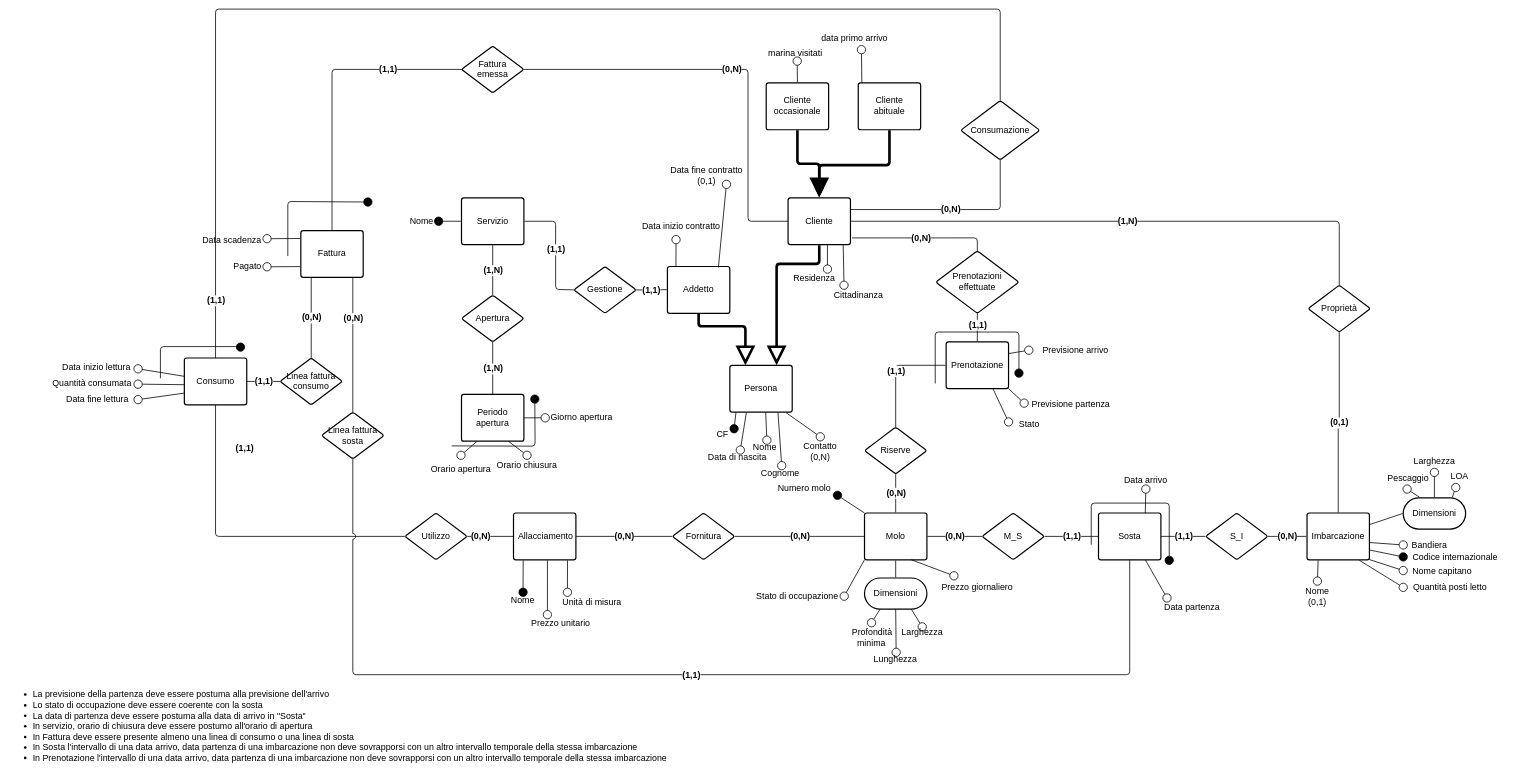
Above: page "Concettuale ridotto" (4 of 5) of src_relazione_tex/Er.drawio in alessandro-massarenti/Progetto-basi-di-dati-2022 (draw.io), before the change. Source tidied: cells renumbered, new cells numbered last; positions are measured from the earlier drawing's top-left corner, leaving out a move shared by most shapes. Both pictures are drawn from the tidied source at 52%, with x=0, y=0 at pixel (9, 9).
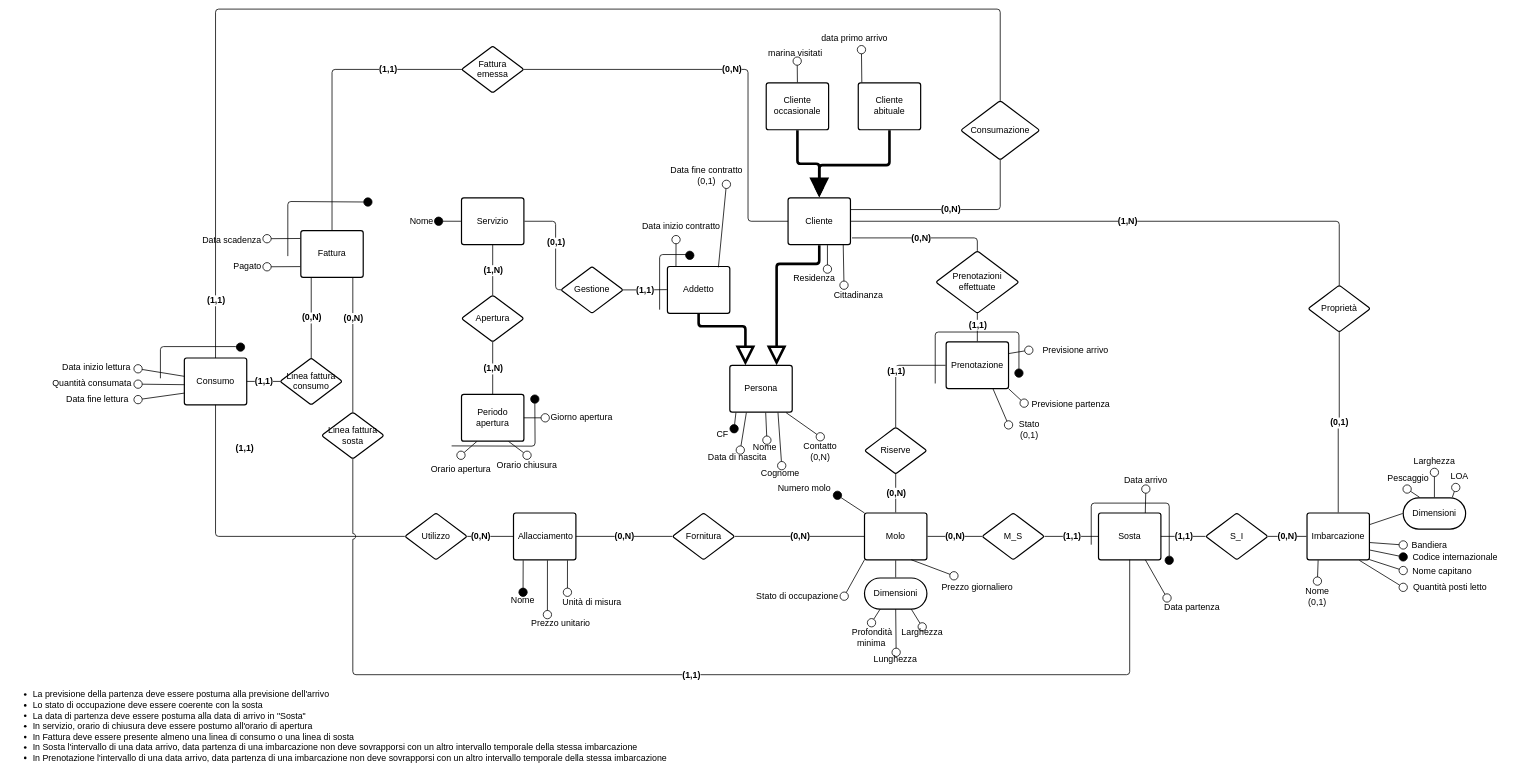
After the change.

Commit message:
Gestisce alcune questioni della issue #2

Unchanged cells that the change refers to:
```xml
<mxCell id="78" style="html=1;jettySize=18;whiteSpace=wrap;fontSize=17;strokeColor=#000000;strokeWidth=1.5;rounded=1;arcSize=12;edgeStyle=orthogonalEdgeStyle;startArrow=none;endArrow=none;exitX=1.009;exitY=0.5;exitPerimeter=0;entryX=0.009;entryY=0.5;entryPerimeter=0;" parent="1" edge="1" source="36" target="77">
  <mxGeometry relative="1" as="geometry">
    <Array as="points">
      <mxPoint x="1051" y="408" />
      <mxPoint x="1051" y="539" />
    </Array>
  </mxGeometry>
</mxCell>
```

Change to the diagram source:
```diff
@@
     <mxCell id="77" value="Gestione" style="html=1;overflow=block;blockSpacing=1;whiteSpace=wrap;rhombus;fontSize=17;fontColor=#000000;spacing=3.8;strokeColor=#000000;strokeOpacity=100;rounded=1;absoluteArcSize=1;arcSize=9;strokeWidth=2.3;" parent="1" vertex="1">
-      <mxGeometry x="1086" y="495" width="120" height="90" as="geometry" />
+      <mxGeometry x="1061" y="495" width="120" height="90" as="geometry" />
     </mxCell>
@@
-    <mxCell id="79" value="(1,1)" style="text;html=1;labelBackgroundColor=default;align=center;verticalAlign=middle;fontStyle=1;fontColor=#000000;fontSize=17;" parent="78" vertex="1">
+    <mxCell id="79" value="(0,1)" style="text;html=1;labelBackgroundColor=default;align=center;verticalAlign=middle;fontStyle=1;fontColor=#000000;fontSize=17;" parent="78" vertex="1">
       <mxGeometry relative="1" as="geometry" />
     </mxCell>
@@
-    <mxCell id="177" value="Stato" style="html=1;overflow=block;blockSpacing=1;whiteSpace=wrap;fontSize=17;fontColor=#000000;spacing=0;fillColor=none;strokeWidth=1.5;strokeColor=none;" parent="1" vertex="1">
-      <mxGeometry x="1922" y="789.5" width="80" height="17.5" as="geometry" />
+    <mxCell id="177" value="Stato&lt;br&gt;(0,1)" style="html=1;overflow=block;blockSpacing=1;whiteSpace=wrap;fontSize=17;fontColor=#000000;spacing=0;fillColor=none;strokeWidth=1.5;strokeColor=none;" parent="1" vertex="1">
+      <mxGeometry x="1922" y="789.5" width="80" height="40.5" as="geometry" />
     </mxCell>
@@
+    <mxCell id="179" style="html=1;jettySize=18;whiteSpace=wrap;fontSize=17;strokeColor=#000000;strokeWidth=1.5;rounded=1;arcSize=12;edgeStyle=orthogonalEdgeStyle;startArrow=none;endArrow=oval;endFill=1;endSize=16;" parent="1" edge="1">
+      <mxGeometry relative="1" as="geometry">
+        <mxPoint x="1251" y="578" as="sourcePoint" />
+        <mxPoint x="1309" y="473.5" as="targetPoint" />
+        <Array as="points">
+          <mxPoint x="1251" y="578" />
+          <mxPoint x="1251" y="472" />
+          <mxPoint x="1309" y="472" />
+        </Array>
+      </mxGeometry>
+    </mxCell>
```
